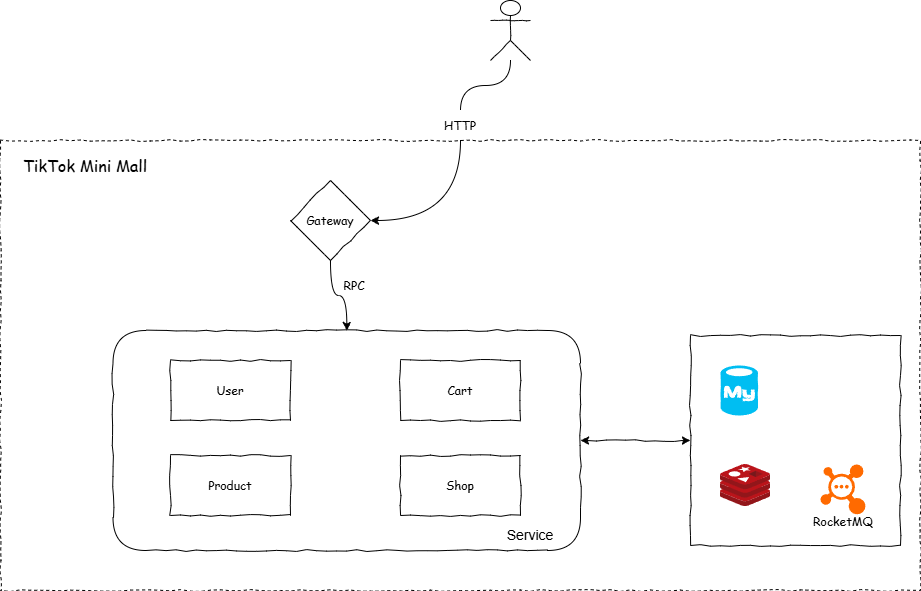
Above: docs/tiktok-mini-mall.png in xupt-chenxi/tiktok-mini-mall (draw.io), before the change. Source tidied: cells renumbered, new cells last; positions are measured from the earlier drawing's top-left corner, leaving out a move shared by most shapes.
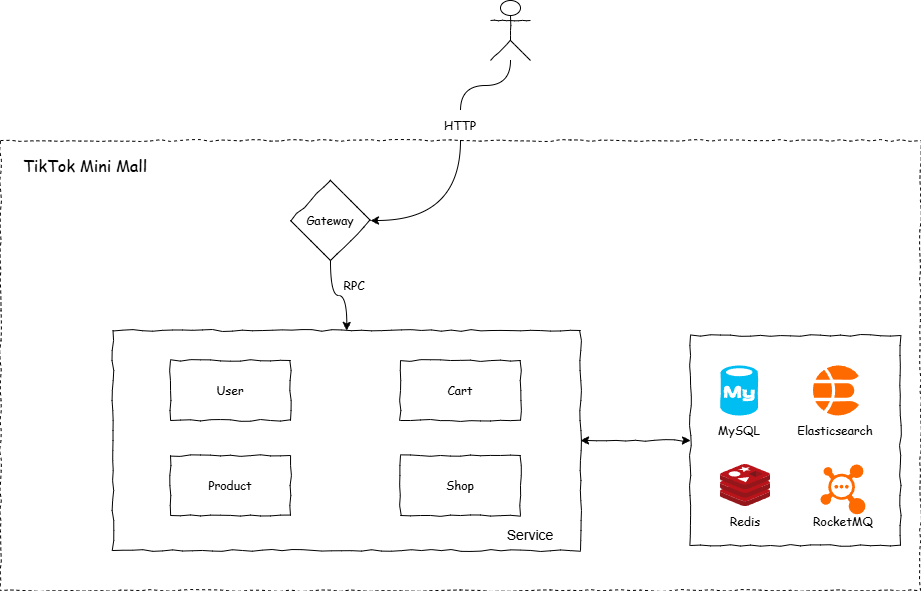
Later version of the same file.

Diff of the diagram source:
```diff
@@ -23,7 +23,7 @@
     <mxCell id="8" value="HTTP" style="text;html=1;align=center;verticalAlign=middle;whiteSpace=wrap;rounded=0;comic=1;fontFamily=Comic Sans MS;" parent="1" vertex="1">
       <mxGeometry x="430" y="110" width="60" height="30" as="geometry" />
     </mxCell>
-    <mxCell id="9" style="rounded=1;whiteSpace=wrap;html=1;comic=1;fontFamily=Comic Sans MS;" parent="1" vertex="1">
+    <mxCell id="9" style="rounded=0;whiteSpace=wrap;html=1;comic=1;fontFamily=Comic Sans MS;" parent="1" vertex="1">
       <mxGeometry x="112.5" y="330" width="467.5" height="220" as="geometry" />
     </mxCell>
     <mxCell id="10" value="User" style="rounded=0;whiteSpace=wrap;html=1;comic=1;fontFamily=Comic Sans MS;" parent="1" vertex="1">
@@ -65,5 +65,17 @@
     <mxCell id="22" value="&lt;font face=&quot;Comic Sans MS&quot; style=&quot;font-size: 16px;&quot;&gt;TikTok Mini Mall&lt;/font&gt;" style="text;html=1;align=center;verticalAlign=middle;whiteSpace=wrap;rounded=0;" parent="1" vertex="1">
       <mxGeometry x="20" y="150" width="130" height="30" as="geometry" />
     </mxCell>
+    <mxCell id="23" value="&lt;font face=&quot;Comic Sans MS&quot;&gt;MySQL&lt;/font&gt;" style="text;html=1;align=center;verticalAlign=middle;whiteSpace=wrap;rounded=0;" parent="1" vertex="1">
+      <mxGeometry x="708.8" y="415" width="60" height="30" as="geometry" />
+    </mxCell>
+    <mxCell id="24" value="&lt;font face=&quot;Comic Sans MS&quot;&gt;Redis&lt;/font&gt;" style="text;html=1;align=center;verticalAlign=middle;whiteSpace=wrap;rounded=0;" parent="1" vertex="1">
+      <mxGeometry x="715" y="506" width="60" height="30" as="geometry" />
+    </mxCell>
+    <mxCell id="25" style="html=1;align=center;shadow=0;dashed=0;fillColor=#FF6A00;strokeColor=none;shape=mxgraph.alibaba_cloud.elasticsearch;" parent="1" vertex="1">
+      <mxGeometry x="812.5" y="364.9" width="45.9" height="50.1" as="geometry" />
+    </mxCell>
+    <mxCell id="26" value="&lt;div&gt;&lt;div class=&quot;old-record-id-doxcnaKWdrBlzpfdHpXQtDdVhLf&quot;&gt;&lt;font face=&quot;Comic Sans MS&quot;&gt;Elasticsearch&lt;/font&gt;&lt;/div&gt;&lt;/div&gt;&lt;span class=&quot;lark-record-clipboard&quot; data-lark-record-data=&quot;{&amp;quot;rootId&amp;quot;:&amp;quot;BDcHdaKg1of6AjxvD1kcg8Z5nkj&amp;quot;,&amp;quot;text&amp;quot;:{&amp;quot;initialAttributedTexts&amp;quot;:{&amp;quot;text&amp;quot;:{&amp;quot;0&amp;quot;:&amp;quot;Elasticsearch&amp;quot;},&amp;quot;attribs&amp;quot;:{&amp;quot;0&amp;quot;:&amp;quot;*0+d&amp;quot;}},&amp;quot;apool&amp;quot;:{&amp;quot;numToAttrib&amp;quot;:{&amp;quot;0&amp;quot;:[&amp;quot;author&amp;quot;,&amp;quot;7458303408882204673&amp;quot;]},&amp;quot;nextNum&amp;quot;:1}},&amp;quot;type&amp;quot;:&amp;quot;text&amp;quot;,&amp;quot;referenceRecordMap&amp;quot;:{},&amp;quot;extra&amp;quot;:{&amp;quot;channel&amp;quot;:&amp;quot;saas&amp;quot;,&amp;quot;isEqualBlockSelection&amp;quot;:false,&amp;quot;pasteRandomId&amp;quot;:&amp;quot;e1e5e6c0-fc47-4872-98de-eef80bd4aae4&amp;quot;,&amp;quot;mention_page_title&amp;quot;:{},&amp;quot;external_mention_url&amp;quot;:{}},&amp;quot;isKeepQuoteContainer&amp;quot;:false,&amp;quot;isFromCode&amp;quot;:false,&amp;quot;selection&amp;quot;:[{&amp;quot;id&amp;quot;:450,&amp;quot;type&amp;quot;:&amp;quot;text&amp;quot;,&amp;quot;selection&amp;quot;:{&amp;quot;start&amp;quot;:36,&amp;quot;end&amp;quot;:49},&amp;quot;recordId&amp;quot;:&amp;quot;doxcnaKWdrBlzpfdHpXQtDdVhLf&amp;quot;}],&amp;quot;payloadMap&amp;quot;:{},&amp;quot;isCut&amp;quot;:false}&quot;&gt;&lt;/span&gt;" style="text;html=1;align=center;verticalAlign=middle;whiteSpace=wrap;rounded=0;" parent="1" vertex="1">
+      <mxGeometry x="805.5" y="415" width="60" height="30" as="geometry" />
+    </mxCell>
   </root>
 </mxGraphModel>
```
